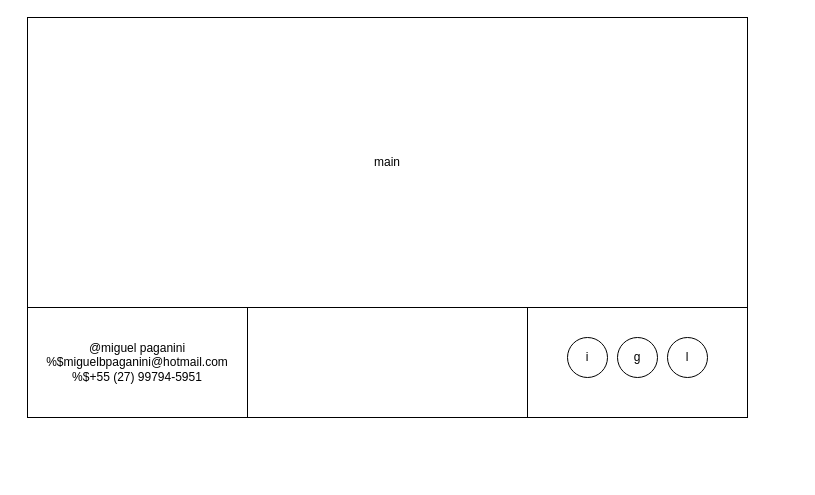
Miguel-Paganini/PortifolioUVV2024 keeps this draw.io diagram as wireframes/wireframe_footer.drawio. Above is the earlier version. Source tidied: cells renumbered, new cells numbered last; positions are measured from the earlier drawing's top-left corner, leaving out a move shared by most shapes. Both pictures are drawn from the tidied source at 100%, with x=0, y=0 at pixel (27, 17).
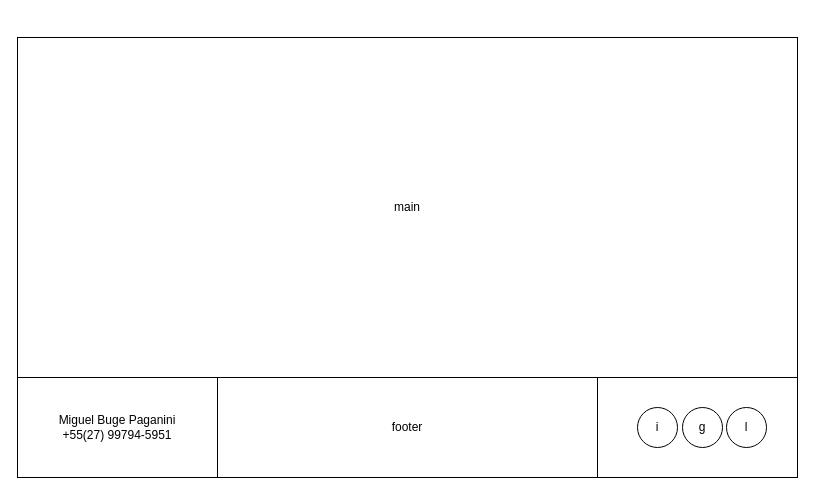
Above is the later version.

The edit, as a diff of the source:
```diff
@@
 <mxGraphModel>
   <root>
     <mxCell id="0" />
     <mxCell id="1" parent="0" />
-    <mxCell id="2" style="rounded=0;whiteSpace=wrap;html=1;" parent="1" vertex="1">
-      <mxGeometry width="720" height="400" as="geometry" />
-    </mxCell>
-    <mxCell id="3" style="rounded=0;whiteSpace=wrap;html=1;" parent="1" vertex="1">
-      <mxGeometry y="290" width="720" height="110" as="geometry" />
-    </mxCell>
+    <mxCell id="6" style="rounded=0;whiteSpace=wrap;html=1;" parent="1" vertex="1">
+      <mxGeometry x="500" y="290" width="220" height="110" as="geometry" />
+    </mxCell>
+    <mxCell id="11" style="rounded=0;whiteSpace=wrap;html=1;" parent="1" vertex="1">
+      <mxGeometry x="-10" y="20" width="780" height="440" as="geometry" />
+    </mxCell>
+    <mxCell id="12" value="footer" style="rounded=0;whiteSpace=wrap;html=1;" parent="1" vertex="1">
+      <mxGeometry x="-10" y="360" width="780" height="100" as="geometry" />
+    </mxCell>
+    <mxCell id="13" value="Miguel Buge Paganini&lt;div&gt;+55(27) 99794-5951&lt;/div&gt;" style="rounded=0;whiteSpace=wrap;html=1;" parent="1" vertex="1">
+      <mxGeometry x="-10" y="360" width="200" height="100" as="geometry" />
+    </mxCell>
+    <mxCell id="14" style="rounded=0;whiteSpace=wrap;html=1;" parent="1" vertex="1">
+      <mxGeometry x="570" y="360" width="200" height="100" as="geometry" />
+    </mxCell>
+    <mxCell id="15" style="group;" parent="1" vertex="1">
+      <mxGeometry x="610" y="390" width="129" height="40" as="geometry" />
+    </mxCell>
+    <mxCell id="8" value="i" style="ellipse;whiteSpace=wrap;html=1;" parent="15" vertex="1">
+      <mxGeometry width="40" height="40" as="geometry" />
+    </mxCell>
+    <mxCell id="10" value="g" style="ellipse;whiteSpace=wrap;html=1;" parent="15" vertex="1">
+      <mxGeometry x="45" width="40" height="40" as="geometry" />
+    </mxCell>
+    <mxCell id="9" value="l" style="ellipse;whiteSpace=wrap;html=1;" parent="15" vertex="1">
+      <mxGeometry x="89" width="40" height="40" as="geometry" />
+    </mxCell>
     <mxCell id="4" value="main" style="rounded=0;whiteSpace=wrap;html=1;" parent="1" vertex="1">
-      <mxGeometry width="720" height="290" as="geometry" />
+      <mxGeometry x="-10" y="20" width="780" height="340" as="geometry" />
     </mxCell>
-    <mxCell id="5" value="@miguel paganini&lt;div&gt;%$miguelbpaganini@hotmail.com&lt;/div&gt;&lt;div&gt;%$+55 (27) 99794-5951&lt;/div&gt;" style="rounded=0;whiteSpace=wrap;html=1;" parent="1" vertex="1">
-      <mxGeometry y="290" width="220" height="110" as="geometry" />
-    </mxCell>
-    <mxCell id="6" style="rounded=0;whiteSpace=wrap;html=1;" parent="1" vertex="1">
-      <mxGeometry x="500" y="290" width="220" height="110" as="geometry" />
-    </mxCell>
-    <mxCell id="7" style="group;" parent="1" vertex="1">
-      <mxGeometry x="540" y="320" width="140" height="40" as="geometry" />
-    </mxCell>
-    <mxCell id="8" value="i" style="ellipse;whiteSpace=wrap;html=1;" parent="7" vertex="1">
-      <mxGeometry width="40" height="40" as="geometry" />
-    </mxCell>
-    <mxCell id="9" value="l" style="ellipse;whiteSpace=wrap;html=1;" parent="7" vertex="1">
-      <mxGeometry x="100" width="40" height="40" as="geometry" />
-    </mxCell>
-    <mxCell id="10" value="g" style="ellipse;whiteSpace=wrap;html=1;" parent="7" vertex="1">
-      <mxGeometry x="50" width="40" height="40" as="geometry" />
-    </mxCell>
   </root>
 </mxGraphModel>
```
